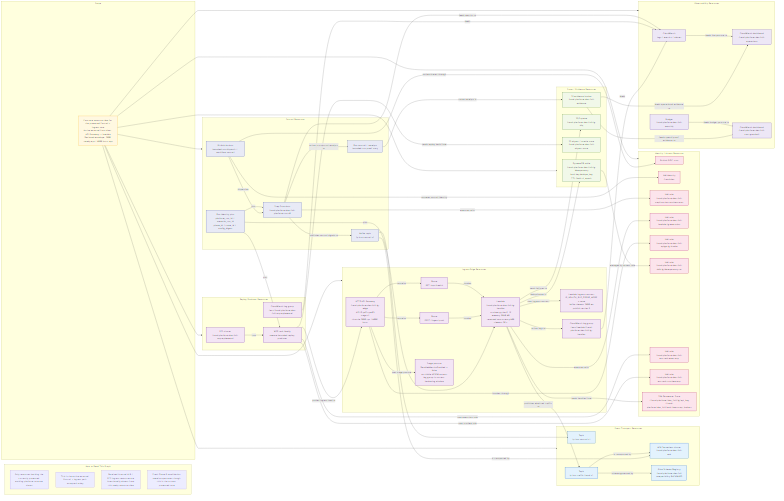
Above: docs/design/platform/dev_full/graph/readiness/dev_full_platform_resources_production_ready_current_v0.mermaid.png in EsosaOrumwese/fraud-detection-system (Mermaid), before the change. Its source is kept beside it as docs/design/platform/dev_full/graph/readiness/dev_full_platform_resources_production_ready_current_v0.mermaid.mmd.
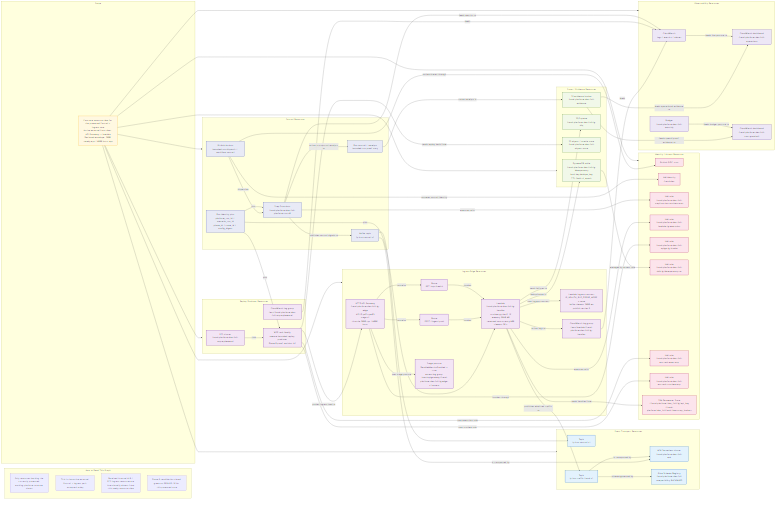
Later version of the same file.

Change to the diagram source:
```diff
@@ -9,7 +9,7 @@
     L1["Only resources backing the currently promoted working-platform core are shown"]
     L2["This is the active external Control + Ingress path accepted today"]
     L3["Retained internal ALB / ECS ingress resources are intentionally absent from this ready-resource view"]
-    L4["Fresh Phase 0 revalidation remains open even though this is the current promoted core"]
+    L4["Phase 0 revalidation closed green on 2026-03-10 for this promoted core"]
   end
 
   subgraph NOTE["Scope"]
@@ -28,7 +28,7 @@
     HTTPAPI["HTTP API Gateway<br>fraud-platform-dev-full-ig-edge<br>API ID pd7rtjze95<br>stage v1<br>throttle 3000 rps / 6000 burst"]
     APIRPOST["Route<br>POST /ingest/push"]
     APIRHEALTH["Route<br>GET /ops/health"]
-    APISTAGE["Stage posture<br>DetailedMetricsEnabled = false<br>no visible APIGW access-log group in current hardening window"]
+    APISTAGE["Stage posture<br>DetailedMetricsEnabled = true<br>access-log group /aws/apigateway/fraud-platform-dev-full-ig-edge-v1-access"]
     IGLAMBDA["Lambda<br>fraud-platform-dev-full-ig-handler<br>runtime python3.12<br>memory 2048 MB<br>reserved concurrency 600<br>timeout 30 s"]
     IGLAMBDAENV["Lambda ingress contract<br>IG_HEALTH_BUS_PROBE_MODE = none<br>kafka timeout 5000 ms<br>publish retries 5"]
     CWLAMBDA["CloudWatch log group<br>/aws/lambda/fraud-platform-dev-full-ig-handler"]
@@ -36,7 +36,7 @@
 
   subgraph WSP["Replay Producer Resources"]
     WSPCLUSTER["ECS cluster<br>fraud-platform-dev-full-wsp-ephemeral"]
-    WSPTASK["WSP task family<br>remote bounded replay producer"]
+    WSPTASK["WSP task family<br>remote bounded replay producer<br>Phase 0 proof revision :61"]
     CWWSP["CloudWatch log group<br>/ecs/fraud-platform-dev-full-wsp-ephemeral"]
   end
 
```
